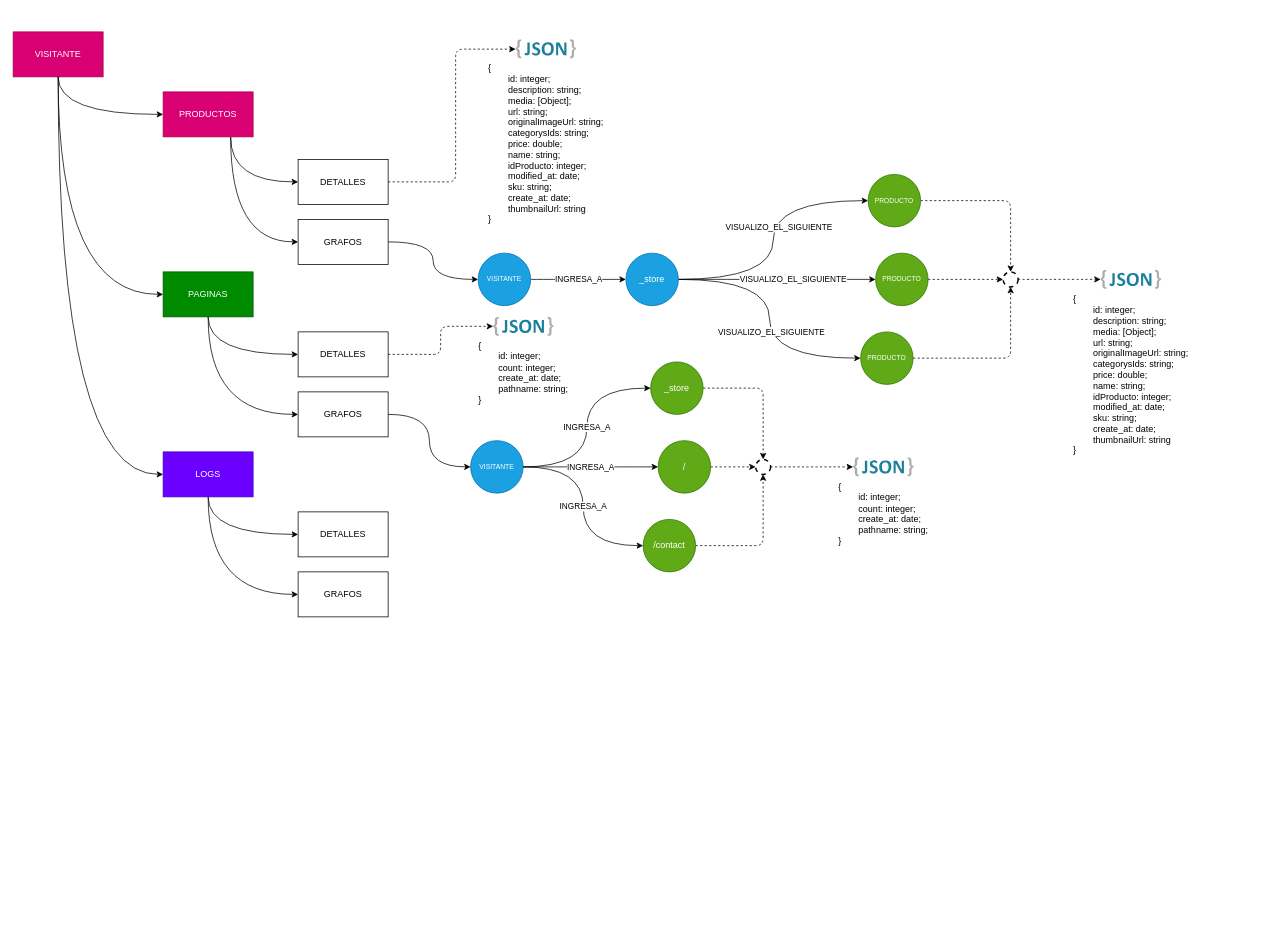
Before: notas.drawio in goicoecheagabriel/auth-app-MEAN, a draw.io diagram. Source tidied: cells renumbered, new cells numbered last; positions are measured from the earlier drawing's top-left corner, leaving out a move shared by most shapes. Both pictures are drawn from the tidied source at 75%, with x=0, y=0 at pixel (13, 32).
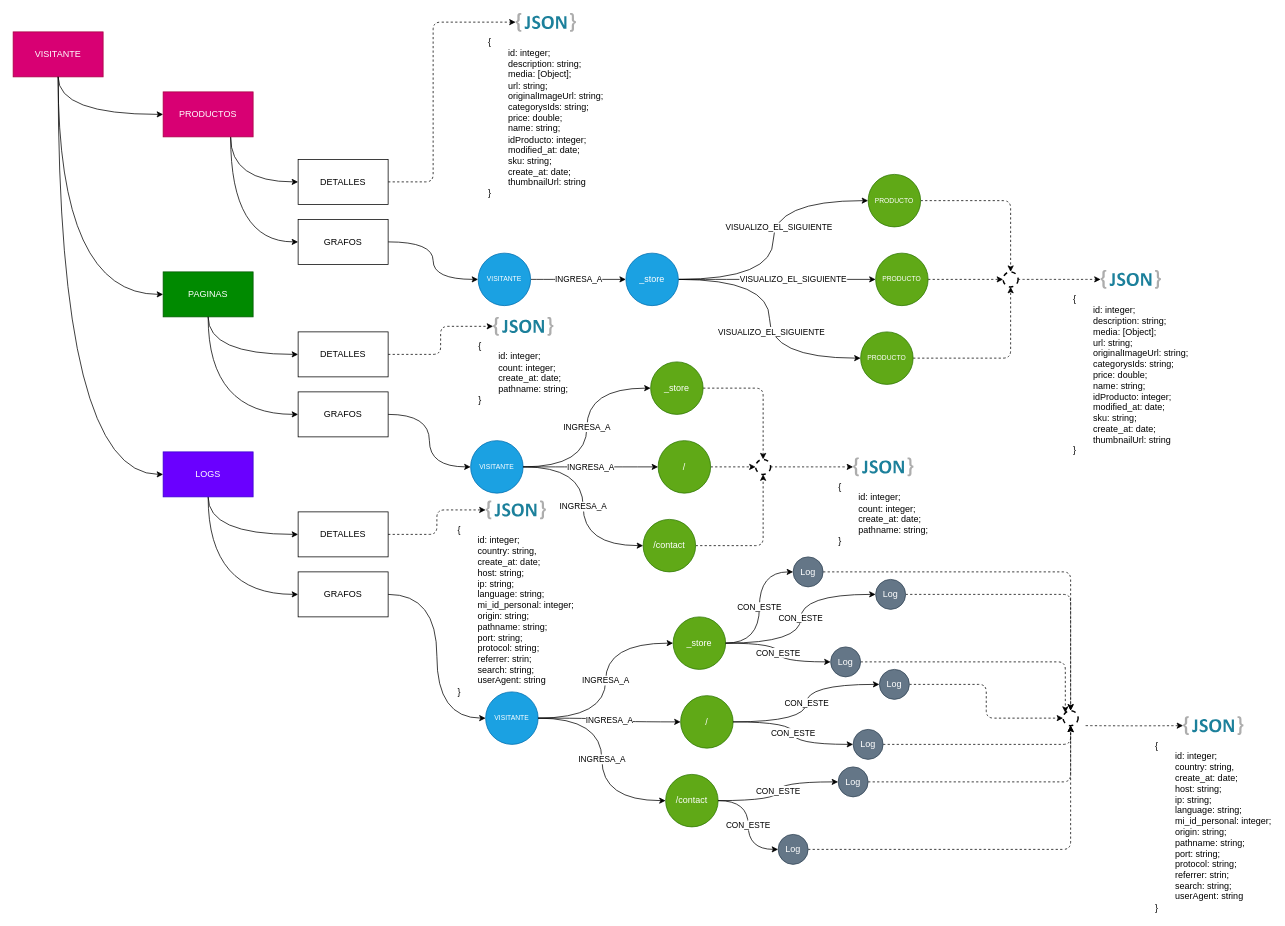
The same diagram, later.

Commit message (it also covers changes not shown here):
cambios menores antes de crear un branch nuevo para probar vis-network

Unchanged cells that the change refers to:
```xml
<mxCell id="10" value="DETALLES" style="rounded=0;whiteSpace=wrap;html=1;" parent="1" vertex="1">
  <mxGeometry x="380" y="170" width="120" height="60" as="geometry" />
</mxCell>
<mxCell id="18" value="DETALLES" style="rounded=0;whiteSpace=wrap;html=1;" parent="1" vertex="1">
  <mxGeometry x="380" y="640" width="120" height="60" as="geometry" />
</mxCell>
<mxCell id="19" value="GRAFOS" style="rounded=0;whiteSpace=wrap;html=1;" parent="1" vertex="1">
  <mxGeometry x="380" y="720" width="120" height="60" as="geometry" />
</mxCell>
```

Diff of the diagram source:
```diff
@@
     <mxCell id="9" style="edgeStyle=orthogonalEdgeStyle;rounded=1;html=1;exitX=1;exitY=0.5;exitDx=0;exitDy=0;dashed=1;fontSize=12;strokeColor=default;" parent="1" edge="1" source="10" target="35">
       <mxGeometry relative="1" as="geometry">
         <Array as="points">
-          <mxPoint x="590" y="200" />
-          <mxPoint x="590" y="23" />
+          <mxPoint x="560" y="200" />
+          <mxPoint x="560" y="-13" />
         </Array>
       </mxGeometry>
     </mxCell>
@@
     <mxCell id="35" value="&lt;div style=&quot;text-align: left&quot;&gt;&lt;span&gt;{&lt;/span&gt;&lt;/div&gt;&lt;div style=&quot;text-align: left&quot;&gt;&lt;span&gt;&lt;span style=&quot;white-space: pre&quot;&gt;&#9;&lt;/span&gt;id: integer;&lt;br&gt;&lt;/span&gt;&lt;/div&gt;&lt;div style=&quot;text-align: left&quot;&gt;&lt;span style=&quot;white-space: pre&quot;&gt;&lt;span style=&quot;white-space: pre&quot;&gt;&#9;&lt;/span&gt;description: string;&lt;/span&gt;&lt;/div&gt;&lt;div style=&quot;text-align: left&quot;&gt;&lt;span style=&quot;white-space: pre&quot;&gt;&#9;&lt;/span&gt;media: [Object];&lt;br&gt;&lt;/div&gt;&lt;div style=&quot;text-align: left&quot;&gt;&lt;span style=&quot;white-space: pre&quot;&gt;&#9;&lt;/span&gt;url: string;&lt;br&gt;&lt;/div&gt;&lt;div style=&quot;text-align: left&quot;&gt;&lt;span style=&quot;white-space: pre&quot;&gt;&#9;&lt;/span&gt;originalImageUrl: string;&lt;br&gt;&lt;/div&gt;&lt;div style=&quot;text-align: left&quot;&gt;&lt;span style=&quot;white-space: pre&quot;&gt;&#9;&lt;/span&gt;categorysIds: string;&lt;br&gt;&lt;/div&gt;&lt;div style=&quot;text-align: left&quot;&gt;&lt;span style=&quot;white-space: pre&quot;&gt;&#9;&lt;/span&gt;price: double;&lt;br&gt;&lt;/div&gt;&lt;div style=&quot;text-align: left&quot;&gt;&lt;span style=&quot;white-space: pre&quot;&gt;&#9;&lt;/span&gt;name: string;&lt;br&gt;&lt;/div&gt;&lt;div style=&quot;text-align: left&quot;&gt;&lt;span style=&quot;white-space: pre&quot;&gt;&#9;&lt;/span&gt;idProducto: integer;&lt;br&gt;&lt;/div&gt;&lt;div style=&quot;text-align: left&quot;&gt;&lt;span style=&quot;white-space: pre&quot;&gt;&#9;&lt;/span&gt;modified_at: date;&lt;br&gt;&lt;/div&gt;&lt;div style=&quot;text-align: left&quot;&gt;&lt;span style=&quot;white-space: pre&quot;&gt;&#9;&lt;/span&gt;sku: string;&lt;br&gt;&lt;/div&gt;&lt;div style=&quot;text-align: left&quot;&gt;&lt;span style=&quot;white-space: pre&quot;&gt;&#9;&lt;/span&gt;create_at: date;&lt;br&gt;&lt;/div&gt;&lt;div style=&quot;text-align: left&quot;&gt;&lt;span style=&quot;white-space: pre&quot;&gt;&#9;&lt;/span&gt;thumbnailUrl: string&lt;/div&gt;&lt;div style=&quot;text-align: left&quot;&gt;&lt;span&gt;}&lt;/span&gt;&lt;/div&gt;" style="dashed=0;outlineConnect=0;html=1;align=center;labelPosition=center;verticalLabelPosition=bottom;verticalAlign=top;shape=mxgraph.weblogos.json_2;fontSize=12;" parent="1" vertex="1">
-      <mxGeometry x="670" y="10" width="80.4" height="25.2" as="geometry" />
+      <mxGeometry x="670" y="-25.2" width="80.4" height="25.2" as="geometry" />
     </mxCell>
@@
+    <mxCell id="55" value="VISITANTE" style="ellipse;whiteSpace=wrap;html=1;fillColor=#1ba1e2;fontColor=#ffffff;strokeColor=#006EAF;fontSize=9;" parent="1" vertex="1">
+      <mxGeometry x="630" y="880" width="70" height="70" as="geometry" />
+    </mxCell>
+    <mxCell id="56" value="_store" style="ellipse;whiteSpace=wrap;html=1;fillColor=#60a917;fontColor=#ffffff;strokeColor=#2D7600;fontSize=12;" parent="1" vertex="1">
+      <mxGeometry x="880" y="780" width="70" height="70" as="geometry" />
+    </mxCell>
+    <mxCell id="57" value="/" style="ellipse;whiteSpace=wrap;html=1;fillColor=#60a917;fontColor=#ffffff;strokeColor=#2D7600;fontSize=12;" parent="1" vertex="1">
+      <mxGeometry x="890" y="885" width="70" height="70" as="geometry" />
+    </mxCell>
+    <mxCell id="58" value="/contact" style="ellipse;whiteSpace=wrap;html=1;fillColor=#60a917;fontColor=#ffffff;strokeColor=#2D7600;fontSize=12;" parent="1" vertex="1">
+      <mxGeometry x="870" y="990" width="70" height="70" as="geometry" />
+    </mxCell>
+    <mxCell id="59" value="INGRESA_A" style="edgeStyle=orthogonalEdgeStyle;curved=1;html=1;exitX=1;exitY=0.5;exitDx=0;exitDy=0;entryX=0;entryY=0.5;entryDx=0;entryDy=0;" parent="1" edge="1" source="55" target="56">
+      <mxGeometry relative="1" as="geometry" />
+    </mxCell>
+    <mxCell id="60" value="INGRESA_A" style="edgeStyle=orthogonalEdgeStyle;curved=1;html=1;exitX=1;exitY=0.5;exitDx=0;exitDy=0;entryX=0;entryY=0.5;entryDx=0;entryDy=0;" parent="1" edge="1" source="55" target="57">
+      <mxGeometry relative="1" as="geometry" />
+    </mxCell>
+    <mxCell id="61" value="INGRESA_A" style="edgeStyle=orthogonalEdgeStyle;curved=1;html=1;exitX=1;exitY=0.5;exitDx=0;exitDy=0;entryX=0;entryY=0.5;entryDx=0;entryDy=0;" parent="1" edge="1" source="55" target="58">
+      <mxGeometry relative="1" as="geometry" />
+    </mxCell>
+    <mxCell id="62" style="edgeStyle=orthogonalEdgeStyle;curved=1;html=1;exitX=1;exitY=0.5;exitDx=0;exitDy=0;entryX=0;entryY=0.5;entryDx=0;entryDy=0;" parent="1" edge="1" source="19" target="55">
+      <mxGeometry relative="1" as="geometry" />
+    </mxCell>
+    <mxCell id="63" style="edgeStyle=orthogonalEdgeStyle;rounded=1;html=1;exitX=1;exitY=0.5;exitDx=0;exitDy=0;entryX=0.5;entryY=0;entryDx=0;entryDy=0;dashed=1;fontSize=12;strokeColor=default;" parent="1" edge="1" source="64" target="84">
+      <mxGeometry relative="1" as="geometry" />
+    </mxCell>
+    <mxCell id="64" value="Log" style="ellipse;whiteSpace=wrap;html=1;fontSize=12;fillColor=#647687;fontColor=#ffffff;strokeColor=#314354;" parent="1" vertex="1">
+      <mxGeometry x="1040" y="700" width="40" height="40" as="geometry" />
+    </mxCell>
+    <mxCell id="65" style="edgeStyle=orthogonalEdgeStyle;rounded=1;html=1;exitX=1;exitY=0.5;exitDx=0;exitDy=0;entryX=0.5;entryY=0;entryDx=0;entryDy=0;dashed=1;fontSize=12;strokeColor=default;" parent="1" edge="1" source="66" target="84">
+      <mxGeometry relative="1" as="geometry" />
+    </mxCell>
+    <mxCell id="66" value="Log" style="ellipse;whiteSpace=wrap;html=1;fontSize=12;fillColor=#647687;fontColor=#ffffff;strokeColor=#314354;" parent="1" vertex="1">
+      <mxGeometry x="1150" y="730" width="40" height="40" as="geometry" />
+    </mxCell>
+    <mxCell id="67" style="edgeStyle=orthogonalEdgeStyle;rounded=1;html=1;exitX=1;exitY=0.5;exitDx=0;exitDy=0;entryX=0;entryY=0;entryDx=0;entryDy=0;dashed=1;fontSize=12;strokeColor=default;" parent="1" edge="1" source="68" target="84">
+      <mxGeometry relative="1" as="geometry" />
+    </mxCell>
+    <mxCell id="68" value="Log" style="ellipse;whiteSpace=wrap;html=1;fontSize=12;fillColor=#647687;fontColor=#ffffff;strokeColor=#314354;" parent="1" vertex="1">
+      <mxGeometry x="1090" y="820" width="40" height="40" as="geometry" />
+    </mxCell>
+    <mxCell id="69" value="CON_ESTE" style="edgeStyle=orthogonalEdgeStyle;curved=1;html=1;exitX=1;exitY=0.5;exitDx=0;exitDy=0;entryX=0;entryY=0.5;entryDx=0;entryDy=0;" parent="1" edge="1" source="56" target="64">
+      <mxGeometry relative="1" as="geometry" />
+    </mxCell>
+    <mxCell id="70" value="CON_ESTE" style="edgeStyle=orthogonalEdgeStyle;curved=1;html=1;exitX=1;exitY=0.5;exitDx=0;exitDy=0;entryX=0;entryY=0.5;entryDx=0;entryDy=0;" parent="1" edge="1" source="56" target="66">
+      <mxGeometry relative="1" as="geometry" />
+    </mxCell>
+    <mxCell id="71" value="CON_ESTE" style="edgeStyle=orthogonalEdgeStyle;curved=1;html=1;exitX=1;exitY=0.5;exitDx=0;exitDy=0;entryX=0;entryY=0.5;entryDx=0;entryDy=0;" parent="1" edge="1" source="56" target="68">
+      <mxGeometry relative="1" as="geometry" />
+    </mxCell>
+    <mxCell id="72" style="edgeStyle=orthogonalEdgeStyle;rounded=1;html=1;exitX=1;exitY=0.5;exitDx=0;exitDy=0;entryX=0;entryY=0.5;entryDx=0;entryDy=0;dashed=1;fontSize=12;strokeColor=default;" parent="1" edge="1" source="73" target="84">
+      <mxGeometry relative="1" as="geometry" />
+    </mxCell>
+    <mxCell id="73" value="Log" style="ellipse;whiteSpace=wrap;html=1;fontSize=12;fillColor=#647687;fontColor=#ffffff;strokeColor=#314354;" parent="1" vertex="1">
+      <mxGeometry x="1155" y="850" width="40" height="40" as="geometry" />
+    </mxCell>
+    <mxCell id="74" style="edgeStyle=orthogonalEdgeStyle;rounded=1;html=1;exitX=1;exitY=0.5;exitDx=0;exitDy=0;entryX=0.5;entryY=1;entryDx=0;entryDy=0;dashed=1;fontSize=12;strokeColor=default;" parent="1" edge="1" source="75" target="84">
+      <mxGeometry relative="1" as="geometry" />
+    </mxCell>
+    <mxCell id="75" value="Log" style="ellipse;whiteSpace=wrap;html=1;fontSize=12;fillColor=#647687;fontColor=#ffffff;strokeColor=#314354;" parent="1" vertex="1">
+      <mxGeometry x="1120" y="930" width="40" height="40" as="geometry" />
+    </mxCell>
+    <mxCell id="76" value="CON_ESTE" style="edgeStyle=orthogonalEdgeStyle;curved=1;html=1;exitX=1;exitY=0.5;exitDx=0;exitDy=0;entryX=0;entryY=0.5;entryDx=0;entryDy=0;" parent="1" edge="1" source="57" target="73">
+      <mxGeometry relative="1" as="geometry" />
+    </mxCell>
+    <mxCell id="77" value="CON_ESTE" style="edgeStyle=orthogonalEdgeStyle;curved=1;html=1;exitX=1;exitY=0.5;exitDx=0;exitDy=0;entryX=0;entryY=0.5;entryDx=0;entryDy=0;" parent="1" edge="1" source="57" target="75">
+      <mxGeometry relative="1" as="geometry" />
+    </mxCell>
+    <mxCell id="78" style="edgeStyle=orthogonalEdgeStyle;rounded=1;html=1;exitX=1;exitY=0.5;exitDx=0;exitDy=0;entryX=0.5;entryY=1;entryDx=0;entryDy=0;dashed=1;fontSize=12;strokeColor=default;" parent="1" edge="1" source="79" target="84">
+      <mxGeometry relative="1" as="geometry" />
+    </mxCell>
+    <mxCell id="79" value="Log" style="ellipse;whiteSpace=wrap;html=1;fontSize=12;fillColor=#647687;fontColor=#ffffff;strokeColor=#314354;" parent="1" vertex="1">
+      <mxGeometry x="1020" y="1070" width="40" height="40" as="geometry" />
+    </mxCell>
+    <mxCell id="80" value="CON_ESTE" style="edgeStyle=orthogonalEdgeStyle;curved=1;html=1;exitX=1;exitY=0.5;exitDx=0;exitDy=0;entryX=0;entryY=0.5;entryDx=0;entryDy=0;" parent="1" edge="1" source="58" target="79">
+      <mxGeometry relative="1" as="geometry" />
+    </mxCell>
+    <mxCell id="81" style="edgeStyle=orthogonalEdgeStyle;rounded=1;html=1;exitX=1;exitY=0.5;exitDx=0;exitDy=0;entryX=0.5;entryY=1;entryDx=0;entryDy=0;dashed=1;fontSize=12;strokeColor=default;" parent="1" edge="1" source="82" target="84">
+      <mxGeometry relative="1" as="geometry" />
+    </mxCell>
+    <mxCell id="82" value="Log" style="ellipse;whiteSpace=wrap;html=1;fontSize=12;fillColor=#647687;fontColor=#ffffff;strokeColor=#314354;" parent="1" vertex="1">
+      <mxGeometry x="1100" y="980" width="40" height="40" as="geometry" />
+    </mxCell>
+    <mxCell id="83" value="CON_ESTE" style="edgeStyle=orthogonalEdgeStyle;curved=1;html=1;exitX=1;exitY=0.5;exitDx=0;exitDy=0;entryX=0;entryY=0.5;entryDx=0;entryDy=0;" parent="1" edge="1" source="58" target="82">
+      <mxGeometry relative="1" as="geometry" />
+    </mxCell>
+    <mxCell id="84" style="ellipse;whiteSpace=wrap;html=1;fontSize=9;dashed=1;strokeWidth=2;" parent="1" vertex="1">
+      <mxGeometry x="1400" y="905" width="20" height="20" as="geometry" />
+    </mxCell>
+    <mxCell id="85" value="&lt;div style=&quot;text-align: left&quot;&gt;&lt;span&gt;{&lt;/span&gt;&lt;/div&gt;&lt;div style=&quot;text-align: left&quot;&gt;&lt;span&gt;&lt;span style=&quot;white-space: pre&quot;&gt;&#9;&lt;/span&gt;id: integer;&lt;br&gt;&lt;/span&gt;&lt;/div&gt;&lt;div style=&quot;text-align: left&quot;&gt;&lt;span&gt;&lt;span style=&quot;white-space: pre&quot;&gt;&#9;&lt;/span&gt;country: string,&lt;br&gt;&lt;/span&gt;&lt;/div&gt;&lt;div style=&quot;text-align: left&quot;&gt;&lt;span&gt;&lt;span style=&quot;white-space: pre&quot;&gt;&#9;&lt;/span&gt;create_at: date;&lt;br&gt;&lt;/span&gt;&lt;/div&gt;&lt;div style=&quot;text-align: left&quot;&gt;&lt;span&gt;&lt;span style=&quot;white-space: pre&quot;&gt;&#9;&lt;/span&gt;host: string;&lt;br&gt;&lt;/span&gt;&lt;/div&gt;&lt;div style=&quot;text-align: left&quot;&gt;&lt;span&gt;&lt;span style=&quot;white-space: pre&quot;&gt;&#9;&lt;/span&gt;ip: string;&lt;br&gt;&lt;/span&gt;&lt;/div&gt;&lt;div style=&quot;text-align: left&quot;&gt;&lt;span&gt;&lt;span style=&quot;white-space: pre&quot;&gt;&#9;&lt;/span&gt;language: string;&lt;br&gt;&lt;/span&gt;&lt;/div&gt;&lt;div style=&quot;text-align: left&quot;&gt;&lt;span&gt;&lt;span style=&quot;white-space: pre&quot;&gt;&#9;&lt;/span&gt;mi_id_personal: integer;&lt;br&gt;&lt;/span&gt;&lt;/div&gt;&lt;div style=&quot;text-align: left&quot;&gt;&lt;span&gt;&lt;span style=&quot;white-space: pre&quot;&gt;&#9;&lt;/span&gt;origin: string;&lt;br&gt;&lt;/span&gt;&lt;/div&gt;&lt;div style=&quot;text-align: left&quot;&gt;&lt;span&gt;&lt;span style=&quot;white-space: pre&quot;&gt;&#9;&lt;/span&gt;pathname: string;&lt;br&gt;&lt;/span&gt;&lt;/div&gt;&lt;div style=&quot;text-align: left&quot;&gt;&lt;span&gt;&lt;span style=&quot;white-space: pre&quot;&gt;&#9;&lt;/span&gt;port: string;&lt;br&gt;&lt;/span&gt;&lt;/div&gt;&lt;div style=&quot;text-align: left&quot;&gt;&lt;span&gt;&lt;span style=&quot;white-space: pre&quot;&gt;&lt;span style=&quot;white-space: pre&quot;&gt;&#9;&lt;/span&gt;protocol: string;&lt;/span&gt;&lt;/span&gt;&lt;/div&gt;&lt;div style=&quot;text-align: left&quot;&gt;&lt;span&gt;&lt;span style=&quot;white-space: pre&quot;&gt;&#9;&lt;/span&gt;referrer: strin;&lt;br&gt;&lt;/span&gt;&lt;/div&gt;&lt;div style=&quot;text-align: left&quot;&gt;&lt;span&gt;&lt;span style=&quot;white-space: pre&quot;&gt;&#9;&lt;/span&gt;search: string;&lt;br&gt;&lt;/span&gt;&lt;/div&gt;&lt;div style=&quot;text-align: left&quot;&gt;&lt;span&gt;&lt;span style=&quot;white-space: pre&quot;&gt;&#9;&lt;/span&gt;userAgent: string&lt;br&gt;&lt;/span&gt;&lt;/div&gt;&lt;div style=&quot;text-align: left&quot;&gt;&lt;span&gt;}&lt;/span&gt;&lt;/div&gt;" style="dashed=0;outlineConnect=0;html=1;align=center;labelPosition=center;verticalLabelPosition=bottom;verticalAlign=top;shape=mxgraph.weblogos.json_2;fontSize=12;" parent="1" vertex="1">
+      <mxGeometry x="630" y="624.8" width="80.4" height="25.2" as="geometry" />
+    </mxCell>
+    <mxCell id="86" style="edgeStyle=orthogonalEdgeStyle;html=1;exitX=1;exitY=0.5;exitDx=0;exitDy=0;fontSize=12;dashed=1;rounded=1;" parent="1" edge="1" source="18" target="85">
+      <mxGeometry relative="1" as="geometry" />
+    </mxCell>
+    <mxCell id="87" value="&lt;div style=&quot;text-align: left&quot;&gt;&lt;span&gt;{&lt;/span&gt;&lt;/div&gt;&lt;div style=&quot;text-align: left&quot;&gt;&lt;span&gt;&lt;span style=&quot;white-space: pre&quot;&gt;&#9;&lt;/span&gt;id: integer;&lt;br&gt;&lt;/span&gt;&lt;/div&gt;&lt;div style=&quot;text-align: left&quot;&gt;&lt;span&gt;&lt;span style=&quot;white-space: pre&quot;&gt;&#9;&lt;/span&gt;country: string,&lt;br&gt;&lt;/span&gt;&lt;/div&gt;&lt;div style=&quot;text-align: left&quot;&gt;&lt;span&gt;&lt;span style=&quot;white-space: pre&quot;&gt;&#9;&lt;/span&gt;create_at: date;&lt;br&gt;&lt;/span&gt;&lt;/div&gt;&lt;div style=&quot;text-align: left&quot;&gt;&lt;span&gt;&lt;span style=&quot;white-space: pre&quot;&gt;&#9;&lt;/span&gt;host: string;&lt;br&gt;&lt;/span&gt;&lt;/div&gt;&lt;div style=&quot;text-align: left&quot;&gt;&lt;span&gt;&lt;span style=&quot;white-space: pre&quot;&gt;&#9;&lt;/span&gt;ip: string;&lt;br&gt;&lt;/span&gt;&lt;/div&gt;&lt;div style=&quot;text-align: left&quot;&gt;&lt;span&gt;&lt;span style=&quot;white-space: pre&quot;&gt;&#9;&lt;/span&gt;language: string;&lt;br&gt;&lt;/span&gt;&lt;/div&gt;&lt;div style=&quot;text-align: left&quot;&gt;&lt;span&gt;&lt;span style=&quot;white-space: pre&quot;&gt;&#9;&lt;/span&gt;mi_id_personal: integer;&lt;br&gt;&lt;/span&gt;&lt;/div&gt;&lt;div style=&quot;text-align: left&quot;&gt;&lt;span&gt;&lt;span style=&quot;white-space: pre&quot;&gt;&#9;&lt;/span&gt;origin: string;&lt;br&gt;&lt;/span&gt;&lt;/div&gt;&lt;div style=&quot;text-align: left&quot;&gt;&lt;span&gt;&lt;span style=&quot;white-space: pre&quot;&gt;&#9;&lt;/span&gt;pathname: string;&lt;br&gt;&lt;/span&gt;&lt;/div&gt;&lt;div style=&quot;text-align: left&quot;&gt;&lt;span&gt;&lt;span style=&quot;white-space: pre&quot;&gt;&#9;&lt;/span&gt;port: string;&lt;br&gt;&lt;/span&gt;&lt;/div&gt;&lt;div style=&quot;text-align: left&quot;&gt;&lt;span&gt;&lt;span style=&quot;white-space: pre&quot;&gt;&lt;span style=&quot;white-space: pre&quot;&gt;&#9;&lt;/span&gt;protocol: string;&lt;/span&gt;&lt;/span&gt;&lt;/div&gt;&lt;div style=&quot;text-align: left&quot;&gt;&lt;span&gt;&lt;span style=&quot;white-space: pre&quot;&gt;&#9;&lt;/span&gt;referrer: strin;&lt;br&gt;&lt;/span&gt;&lt;/div&gt;&lt;div style=&quot;text-align: left&quot;&gt;&lt;span&gt;&lt;span style=&quot;white-space: pre&quot;&gt;&#9;&lt;/span&gt;search: string;&lt;br&gt;&lt;/span&gt;&lt;/div&gt;&lt;div style=&quot;text-align: left&quot;&gt;&lt;span&gt;&lt;span style=&quot;white-space: pre&quot;&gt;&#9;&lt;/span&gt;userAgent: string&lt;br&gt;&lt;/span&gt;&lt;/div&gt;&lt;div style=&quot;text-align: left&quot;&gt;&lt;span&gt;}&lt;/span&gt;&lt;/div&gt;" style="dashed=0;outlineConnect=0;html=1;align=center;labelPosition=center;verticalLabelPosition=bottom;verticalAlign=top;shape=mxgraph.weblogos.json_2;fontSize=12;" parent="1" vertex="1">
+      <mxGeometry x="1560" y="912.4" width="80.4" height="25.2" as="geometry" />
+    </mxCell>
+    <mxCell id="88" style="edgeStyle=orthogonalEdgeStyle;curved=1;html=1;exitX=1;exitY=0.5;exitDx=0;exitDy=0;fontSize=12;dashed=1;" parent="1" edge="1" target="87">
+      <mxGeometry relative="1" as="geometry">
+        <mxPoint x="1430" y="925" as="sourcePoint" />
+      </mxGeometry>
+    </mxCell>
```
